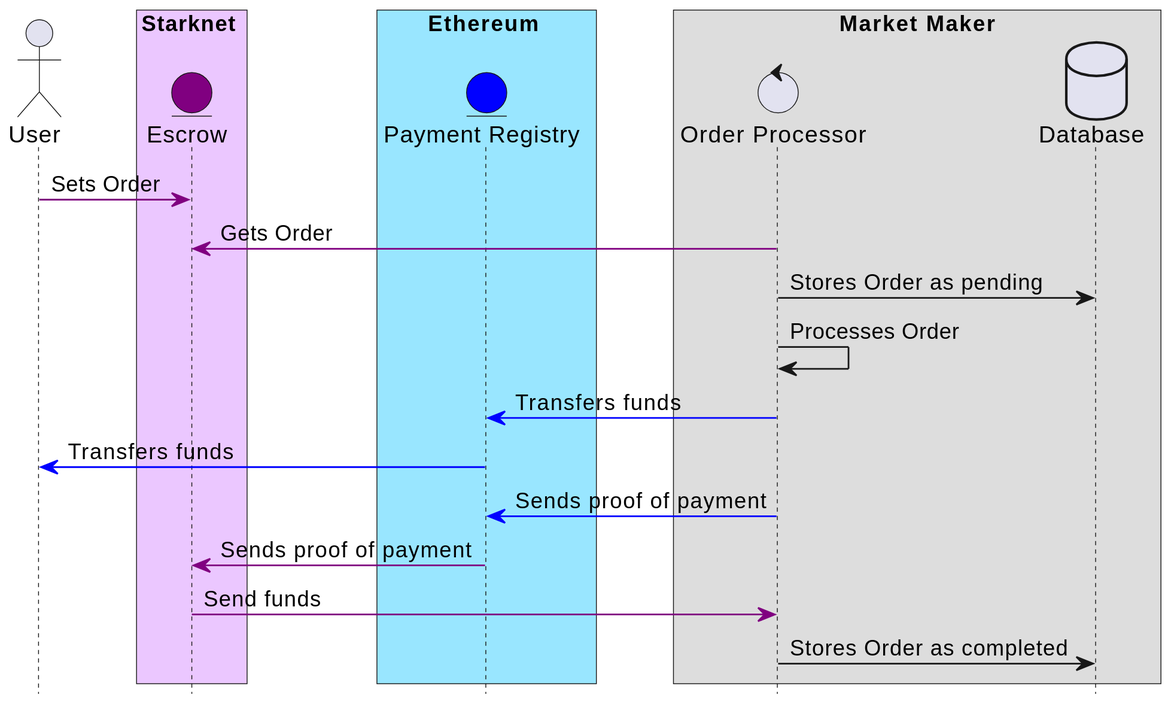
Above: docs/mm_bot/images/order_processing.svg in yetanotherco/yet-another-bridge (PlantUML), before the change. The source it was exported from:
```plantuml
@startuml
hide footbox
actor User as U
box Starknet #ebc7ff
entity Escrow as E #purple
end box
box Ethereum #99e6ff
entity "Payment Registry" as PR #blue
box "Market Maker"
control "Order Processor" as OP
database Database
end box

U -[#purple]> E : Sets Order
OP -[#purple]> E : Gets Order
OP -> Database : Stores Order as pending
OP -> OP : Processes Order
OP -[#blue]> PR : Transfers funds
PR -[#blue]> U: Transfers funds
OP -[#blue]> PR : Sends proof of payment
PR -[#purple]> E : Sends proof of payment
E -[#purple]> OP : Send funds
OP -> Database : Stores Order as completed
@enduml
```
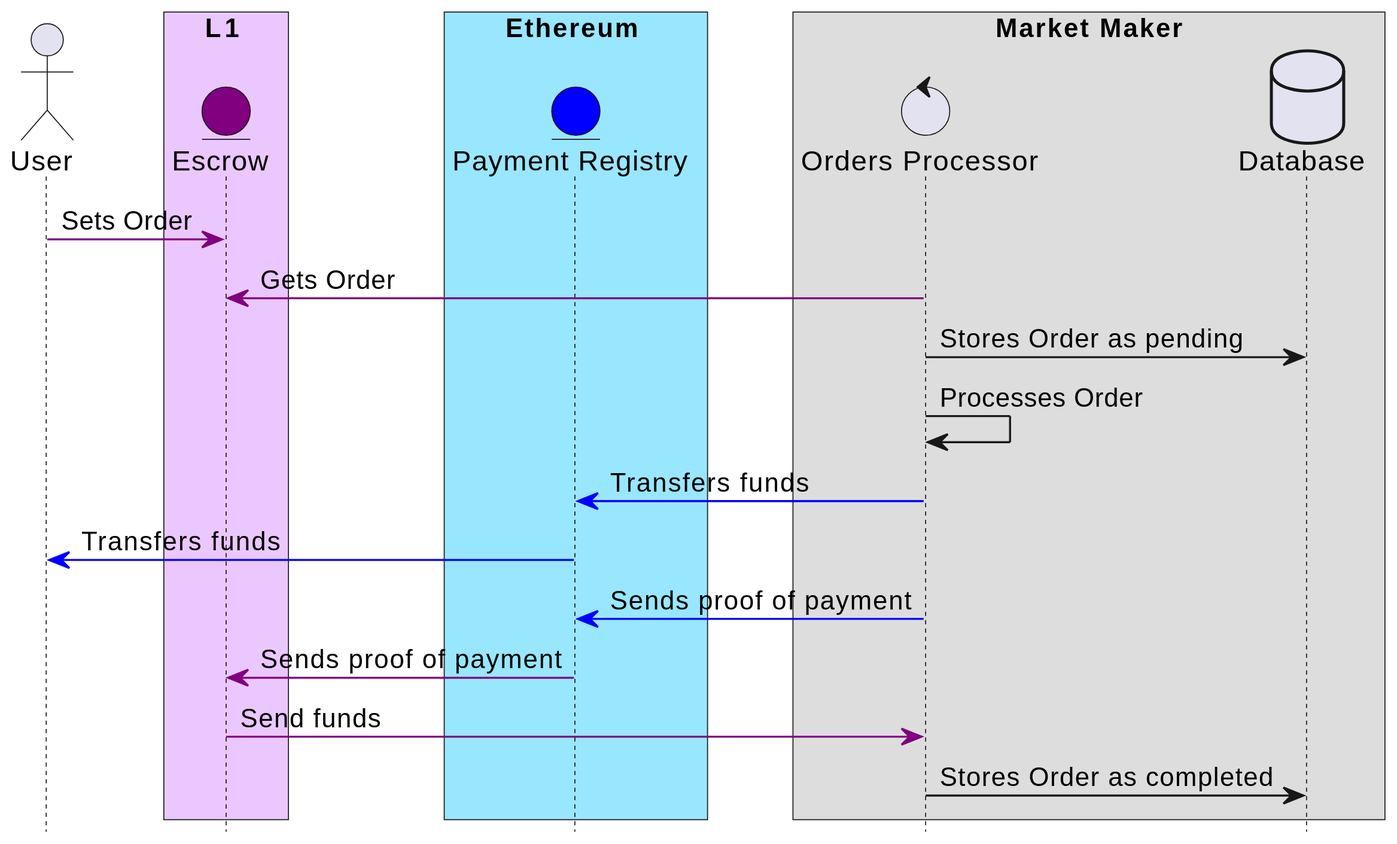
The same diagram one commit later.

What changed in the source:
```diff
@@ -1,13 +1,13 @@
 @startuml
 hide footbox
 actor User as U
-box Starknet #ebc7ff
+box L1 #ebc7ff
 entity Escrow as E #purple
 end box
 box Ethereum #99e6ff
 entity "Payment Registry" as PR #blue
 box "Market Maker"
-control "Order Processor" as OP
+control "Orders Processor" as OP
 database Database
 end box
 
```
